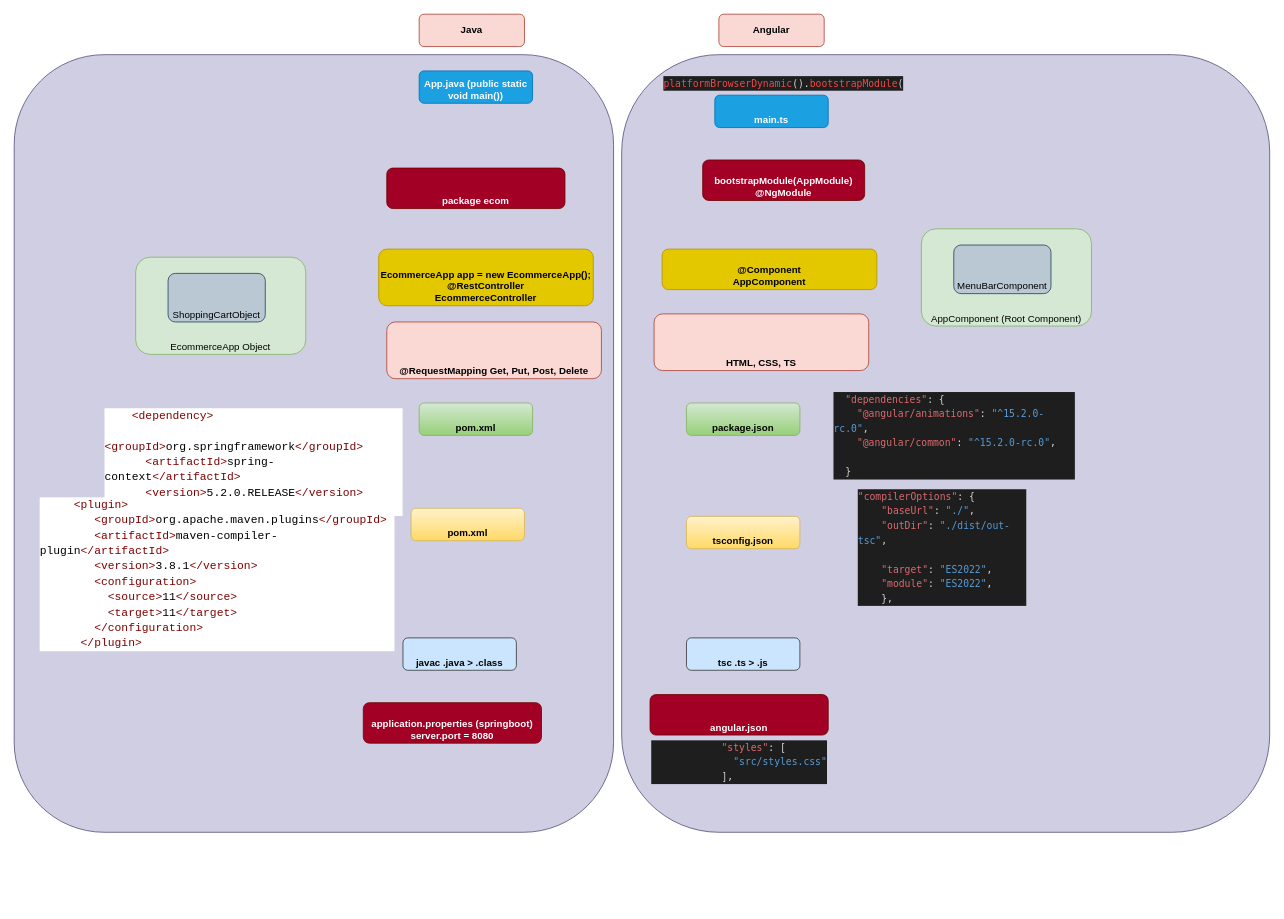
Above: page "Angular vs Java" (3 of 4) of ANGULAR/Angular.drawio in nathub071122/natGIT (draw.io), before the change. Source tidied: cells renumbered, new cells numbered last; positions are measured from the earlier drawing's top-left corner, leaving out a move shared by most shapes. Both pictures are drawn from the tidied source at 81%, with x=0, y=0 at pixel (14, 14).
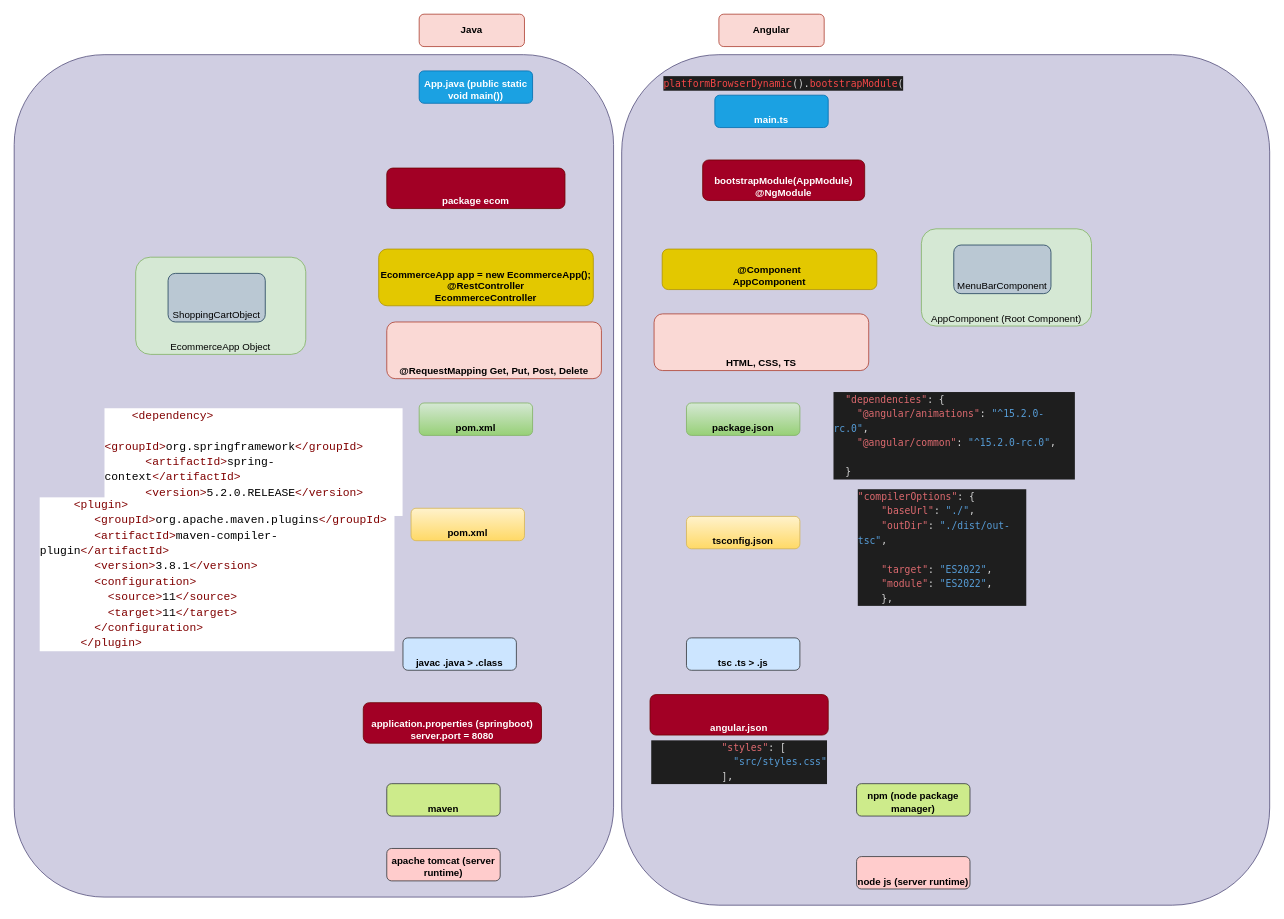
The same page after the edit.

Change to the diagram source:
```diff
@@
     <mxCell id="2" style="rounded=1;whiteSpace=wrap;html=1;fillColor=#d0cee2;strokeColor=#56517e;verticalAlign=bottom;" parent="1" vertex="1">
-      <mxGeometry x="750" y="50" width="800" height="960" as="geometry" />
+      <mxGeometry x="750" y="50" width="800" height="1050" as="geometry" />
     </mxCell>
     <mxCell id="3" style="rounded=1;whiteSpace=wrap;html=1;fillColor=#d0cee2;strokeColor=#56517e;verticalAlign=bottom;" parent="1" vertex="1">
-      <mxGeometry y="50" width="740" height="960" as="geometry" />
+      <mxGeometry y="50" width="740" height="1040" as="geometry" />
     </mxCell>
@@
+    <mxCell id="32" value="maven" style="rounded=1;whiteSpace=wrap;html=1;fillColor=#cdeb8b;strokeColor=#36393d;fontStyle=1;verticalAlign=bottom;" parent="1" vertex="1">
+      <mxGeometry x="460" y="950" width="140" height="40" as="geometry" />
+    </mxCell>
+    <mxCell id="33" value="npm (node package manager)" style="rounded=1;whiteSpace=wrap;html=1;fillColor=#cdeb8b;strokeColor=#36393d;fontStyle=1;verticalAlign=bottom;" parent="1" vertex="1">
+      <mxGeometry x="1040" y="950" width="140" height="40" as="geometry" />
+    </mxCell>
+    <mxCell id="34" value="apache tomcat (server runtime)" style="rounded=1;whiteSpace=wrap;html=1;fillColor=#ffcccc;strokeColor=#36393d;fontStyle=1;verticalAlign=bottom;" parent="1" vertex="1">
+      <mxGeometry x="460" y="1030" width="140" height="40" as="geometry" />
+    </mxCell>
+    <mxCell id="35" value="node js (server runtime)" style="rounded=1;whiteSpace=wrap;html=1;fillColor=#ffcccc;strokeColor=#36393d;fontStyle=1;verticalAlign=bottom;" parent="1" vertex="1">
+      <mxGeometry x="1040" y="1040" width="140" height="40" as="geometry" />
+    </mxCell>
```
